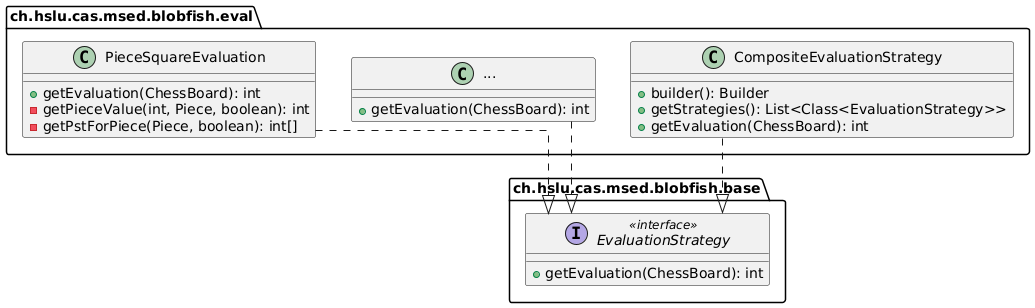
This is docs/generated-diagrams/eval-code.png from l2c0r3/blobfish, a PlantUML export, as it was before one commit.
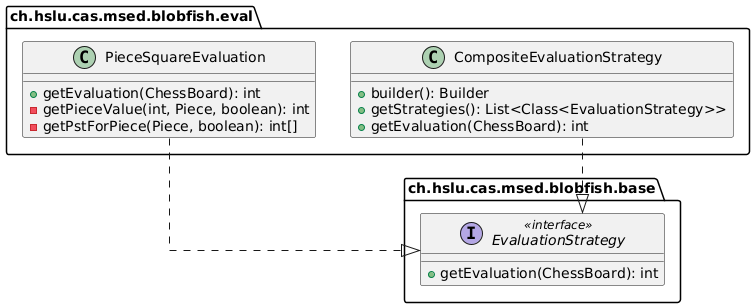
The same diagram one commit later.

Diff of the diagram source:
```diff
@@ -16,9 +16,6 @@
       + getStrategies(): List<Class<EvaluationStrategy>>
       + getEvaluation(ChessBoard): int
     }
-    class "..." as someClass {
-      + getEvaluation(ChessBoard): int
-    }
     class PieceSquareEvaluation {
       + getEvaluation(ChessBoard): int
       - getPieceValue(int, Piece, boolean): int
@@ -29,7 +26,6 @@
 EvaluationStrategy -[hidden]down- CompositeEvaluationStrategy
 
 CompositeEvaluationStrategy  -[dashed]-^  EvaluationStrategy
-someClass           -[dashed]-^  EvaluationStrategy
 PieceSquareEvaluation        -[dashed]-^  EvaluationStrategy
 
 @enduml
```
